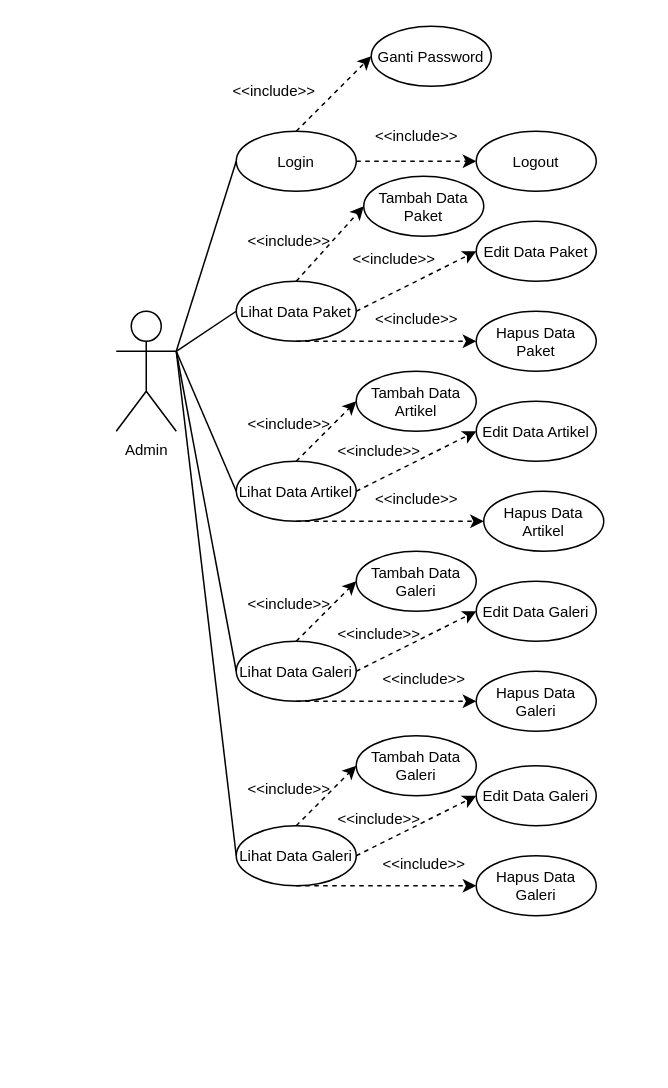
This is page "admin" (2 of 3) of diagram/usecase/Use Case Keseluruhan.drawio from wepro-v/asset, a draw.io file, before an edit. Source tidied: cells renumbered, new cells numbered last; positions are measured from the earlier drawing's top-left corner, leaving out a move shared by most shapes. Both pictures are drawn from the tidied source at 150%, with x=0, y=0 at pixel (116, 26).
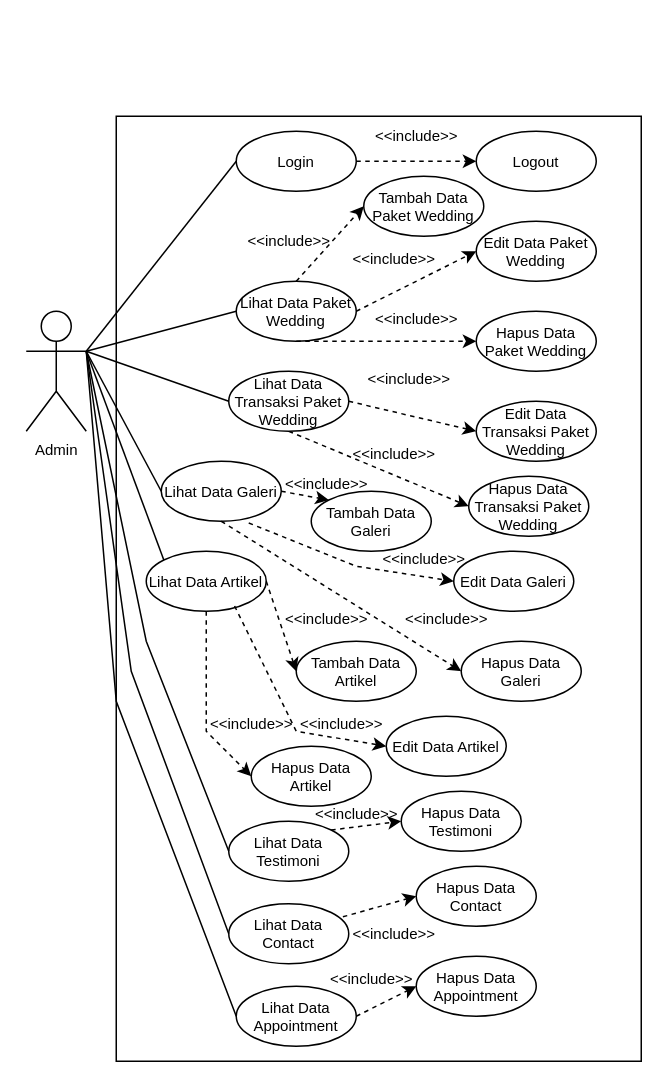
The same page after the edit.

Diff of the diagram source:
```diff
@@
+    <mxCell id="55" style="rounded=0;whiteSpace=wrap;html=1;" parent="1" vertex="1">
+      <mxGeometry y="60" width="350" height="630" as="geometry" />
+    </mxCell>
@@
     <mxCell id="5" value="Admin" style="shape=umlActor;verticalLabelPosition=bottom;verticalAlign=top;html=1;outlineConnect=0;fontSize=10;" parent="1" vertex="1">
-      <mxGeometry y="190" width="40" height="80" as="geometry" />
+      <mxGeometry x="-60" y="190" width="40" height="80" as="geometry" />
     </mxCell>
@@
-    <mxCell id="7" value="Ganti Password" style="ellipse;whiteSpace=wrap;html=1;fontSize=10;" parent="1" vertex="1">
-      <mxGeometry x="170" width="80" height="40" as="geometry" />
-    </mxCell>
-    <mxCell id="8" style="endArrow=classic;html=1;rounded=0;dashed=1;fontSize=10;" parent="1" edge="1">
-      <mxGeometry relative="1" as="geometry">
-        <mxPoint x="120" y="70" as="sourcePoint" />
-        <mxPoint x="170" y="20" as="targetPoint" />
-      </mxGeometry>
-    </mxCell>
-    <mxCell id="9" value="&amp;lt;&amp;lt;include&amp;gt;&amp;gt;" style="text;html=1;align=center;verticalAlign=middle;strokeColor=none;fillColor=none;fontSize=10;" parent="1" vertex="1">
-      <mxGeometry x="65" y="28" width="80" height="30" as="geometry" />
-    </mxCell>
@@
-    <mxCell id="13" value="Lihat Data Paket" style="ellipse;whiteSpace=wrap;html=1;fontSize=10;" parent="1" vertex="1">
+    <mxCell id="13" value="Lihat Data Paket Wedding" style="ellipse;whiteSpace=wrap;html=1;fontSize=10;" parent="1" vertex="1">
       <mxGeometry x="80" y="170" width="80" height="40" as="geometry" />
     </mxCell>
-    <mxCell id="14" value="Tambah Data Paket" style="ellipse;whiteSpace=wrap;html=1;fontSize=10;" parent="1" vertex="1">
+    <mxCell id="14" value="Tambah Data Paket Wedding" style="ellipse;whiteSpace=wrap;html=1;fontSize=10;" parent="1" vertex="1">
       <mxGeometry x="165" y="100" width="80" height="40" as="geometry" />
     </mxCell>
@@
-    <mxCell id="17" value="Edit Data Paket" style="ellipse;whiteSpace=wrap;html=1;fontSize=10;" parent="1" vertex="1">
+    <mxCell id="17" value="Edit Data Paket Wedding" style="ellipse;whiteSpace=wrap;html=1;fontSize=10;" parent="1" vertex="1">
       <mxGeometry x="240" y="130" width="80" height="40" as="geometry" />
     </mxCell>
@@
-    <mxCell id="20" value="Hapus Data Paket" style="ellipse;whiteSpace=wrap;html=1;fontSize=10;" parent="1" vertex="1">
+    <mxCell id="20" value="Hapus Data Paket Wedding" style="ellipse;whiteSpace=wrap;html=1;fontSize=10;" parent="1" vertex="1">
       <mxGeometry x="240" y="190" width="80" height="40" as="geometry" />
     </mxCell>
@@
-    <mxCell id="23" value="Tambah Data Artikel" style="ellipse;whiteSpace=wrap;html=1;fontSize=10;" parent="1" vertex="1">
-      <mxGeometry x="160" y="230" width="80" height="40" as="geometry" />
+    <mxCell id="23" value="Tambah Data Galeri" style="ellipse;whiteSpace=wrap;html=1;fontSize=10;" parent="1" vertex="1">
+      <mxGeometry x="130" y="310" width="80" height="40" as="geometry" />
     </mxCell>
-    <mxCell id="24" value="Edit Data Artikel" style="ellipse;whiteSpace=wrap;html=1;fontSize=10;" parent="1" vertex="1">
-      <mxGeometry x="240" y="250" width="80" height="40" as="geometry" />
+    <mxCell id="24" value="Edit Data Galeri" style="ellipse;whiteSpace=wrap;html=1;fontSize=10;" parent="1" vertex="1">
+      <mxGeometry x="225" y="350" width="80" height="40" as="geometry" />
     </mxCell>
-    <mxCell id="25" value="Hapus Data Artikel" style="ellipse;whiteSpace=wrap;html=1;fontSize=10;" parent="1" vertex="1">
-      <mxGeometry x="245" y="310" width="80" height="40" as="geometry" />
+    <mxCell id="25" value="Hapus Data Galeri" style="ellipse;whiteSpace=wrap;html=1;fontSize=10;" parent="1" vertex="1">
+      <mxGeometry x="230" y="410" width="80" height="40" as="geometry" />
     </mxCell>
     <mxCell id="26" value="&amp;lt;&amp;lt;include&amp;gt;&amp;gt;" style="text;html=1;align=center;verticalAlign=middle;strokeColor=none;fillColor=none;fontSize=10;" parent="1" vertex="1">
-      <mxGeometry x="160" y="300" width="80" height="30" as="geometry" />
+      <mxGeometry x="180" y="380" width="80" height="30" as="geometry" />
     </mxCell>
     <mxCell id="27" value="&amp;lt;&amp;lt;include&amp;gt;&amp;gt;" style="text;html=1;align=center;verticalAlign=middle;strokeColor=none;fillColor=none;fontSize=10;" parent="1" vertex="1">
-      <mxGeometry x="135" y="268" width="80" height="30" as="geometry" />
+      <mxGeometry x="100" y="290" width="80" height="30" as="geometry" />
     </mxCell>
     <mxCell id="28" value="&amp;lt;&amp;lt;include&amp;gt;&amp;gt;" style="text;html=1;align=center;verticalAlign=middle;strokeColor=none;fillColor=none;fontSize=10;" parent="1" vertex="1">
-      <mxGeometry x="75" y="250" width="80" height="30" as="geometry" />
+      <mxGeometry x="165" y="340" width="80" height="30" as="geometry" />
     </mxCell>
-    <mxCell id="29" value="Lihat Data Artikel" style="ellipse;whiteSpace=wrap;html=1;fontSize=10;" parent="1" vertex="1">
-      <mxGeometry x="80" y="290" width="80" height="40" as="geometry" />
+    <mxCell id="29" value="Lihat Data Galeri" style="ellipse;whiteSpace=wrap;html=1;fontSize=10;" parent="1" vertex="1">
+      <mxGeometry x="30" y="290" width="80" height="40" as="geometry" />
     </mxCell>
-    <mxCell id="30" style="endArrow=classic;html=1;rounded=0;dashed=1;exitX=0.5;exitY=0;exitDx=0;exitDy=0;fontSize=10;" parent="1" edge="1" source="29">
-      <mxGeometry relative="1" as="geometry">
-        <mxPoint x="160" y="250" as="targetPoint" />
-      </mxGeometry>
+    <mxCell id="30" style="endArrow=classic;html=1;rounded=0;dashed=1;exitX=1;exitY=0.5;exitDx=0;exitDy=0;fontSize=10;entryX=0;entryY=0;entryDx=0;entryDy=0;" parent="1" edge="1" source="29" target="23">
+      <mxGeometry relative="1" as="geometry" />
     </mxCell>
-    <mxCell id="31" style="endArrow=classic;html=1;rounded=0;exitX=1;exitY=0.5;exitDx=0;exitDy=0;entryX=0;entryY=0.5;entryDx=0;entryDy=0;dashed=1;fontSize=10;" parent="1" edge="1" source="29" target="24">
-      <mxGeometry relative="1" as="geometry" />
+    <mxCell id="31" style="endArrow=classic;html=1;rounded=0;exitX=0.729;exitY=1.029;exitDx=0;exitDy=0;entryX=0;entryY=0.5;entryDx=0;entryDy=0;dashed=1;fontSize=10;exitPerimeter=0;" parent="1" edge="1" source="29" target="24">
+      <mxGeometry relative="1" as="geometry">
+        <Array as="points">
+          <mxPoint x="160" y="360" />
+        </Array>
+      </mxGeometry>
     </mxCell>
@@
-    <mxCell id="33" value="Lihat Data Galeri" style="ellipse;whiteSpace=wrap;html=1;fontSize=10;" parent="1" vertex="1">
-      <mxGeometry x="80" y="410" width="80" height="40" as="geometry" />
+    <mxCell id="33" value="Lihat Data Artikel" style="ellipse;whiteSpace=wrap;html=1;fontSize=10;" parent="1" vertex="1">
+      <mxGeometry x="20" y="350" width="80" height="40" as="geometry" />
     </mxCell>
-    <mxCell id="34" value="Tambah Data Galeri" style="ellipse;whiteSpace=wrap;html=1;fontSize=10;" parent="1" vertex="1">
-      <mxGeometry x="160" y="350" width="80" height="40" as="geometry" />
+    <mxCell id="34" value="Tambah Data Artikel" style="ellipse;whiteSpace=wrap;html=1;fontSize=10;" parent="1" vertex="1">
+      <mxGeometry x="120" y="410" width="80" height="40" as="geometry" />
     </mxCell>
-    <mxCell id="35" style="endArrow=classic;html=1;rounded=0;dashed=1;entryX=0;entryY=0.5;entryDx=0;entryDy=0;fontSize=10;" parent="1" edge="1" target="34">
-      <mxGeometry relative="1" as="geometry">
-        <mxPoint x="120" y="410" as="sourcePoint" />
-      </mxGeometry>
+    <mxCell id="35" style="endArrow=classic;html=1;rounded=0;dashed=1;entryX=0;entryY=0.5;entryDx=0;entryDy=0;fontSize=10;exitX=1;exitY=0.5;exitDx=0;exitDy=0;" parent="1" edge="1" source="33" target="34">
+      <mxGeometry relative="1" as="geometry" />
     </mxCell>
     <mxCell id="36" value="&amp;lt;&amp;lt;include&amp;gt;&amp;gt;" style="text;html=1;align=center;verticalAlign=middle;strokeColor=none;fillColor=none;fontSize=10;" parent="1" vertex="1">
-      <mxGeometry x="75" y="370" width="80" height="30" as="geometry" />
+      <mxGeometry x="100" y="380" width="80" height="30" as="geometry" />
     </mxCell>
-    <mxCell id="37" value="Edit Data Galeri" style="ellipse;whiteSpace=wrap;html=1;fontSize=10;" parent="1" vertex="1">
-      <mxGeometry x="240" y="370" width="80" height="40" as="geometry" />
+    <mxCell id="37" value="Edit Data Artikel" style="ellipse;whiteSpace=wrap;html=1;fontSize=10;" parent="1" vertex="1">
+      <mxGeometry x="180" y="460" width="80" height="40" as="geometry" />
     </mxCell>
-    <mxCell id="38" style="endArrow=classic;html=1;rounded=0;dashed=1;fontSize=10;" parent="1" edge="1">
+    <mxCell id="38" style="endArrow=classic;html=1;rounded=0;dashed=1;fontSize=10;exitX=0.736;exitY=0.912;exitDx=0;exitDy=0;exitPerimeter=0;entryX=0;entryY=0.5;entryDx=0;entryDy=0;" parent="1" edge="1" source="33" target="37">
       <mxGeometry relative="1" as="geometry">
-        <mxPoint x="160" y="430" as="sourcePoint" />
-        <mxPoint x="240" y="390" as="targetPoint" />
+        <Array as="points">
+          <mxPoint x="120" y="470" />
+        </Array>
       </mxGeometry>
     </mxCell>
     <mxCell id="39" value="&amp;lt;&amp;lt;include&amp;gt;&amp;gt;" style="text;html=1;align=center;verticalAlign=middle;strokeColor=none;fillColor=none;fontSize=10;" parent="1" vertex="1">
-      <mxGeometry x="135" y="390" width="80" height="30" as="geometry" />
+      <mxGeometry x="50" y="450" width="80" height="30" as="geometry" />
     </mxCell>
-    <mxCell id="40" value="Hapus Data Galeri" style="ellipse;whiteSpace=wrap;html=1;fontSize=10;" parent="1" vertex="1">
-      <mxGeometry x="240" y="430" width="80" height="40" as="geometry" />
+    <mxCell id="40" value="Hapus Data Artikel" style="ellipse;whiteSpace=wrap;html=1;fontSize=10;" parent="1" vertex="1">
+      <mxGeometry x="90" y="480" width="80" height="40" as="geometry" />
     </mxCell>
     <mxCell id="41" value="&amp;lt;&amp;lt;include&amp;gt;&amp;gt;" style="text;html=1;align=center;verticalAlign=middle;strokeColor=none;fillColor=none;fontSize=10;" parent="1" vertex="1">
-      <mxGeometry x="165" y="420" width="80" height="30" as="geometry" />
+      <mxGeometry x="110" y="450" width="80" height="30" as="geometry" />
     </mxCell>
     <mxCell id="42" style="endArrow=classic;html=1;rounded=0;exitX=0.5;exitY=1;exitDx=0;exitDy=0;entryX=0;entryY=0.5;entryDx=0;entryDy=0;dashed=1;fontSize=10;" parent="1" edge="1" source="33" target="40">
-      <mxGeometry relative="1" as="geometry" />
+      <mxGeometry relative="1" as="geometry">
+        <Array as="points">
+          <mxPoint x="60" y="470" />
+        </Array>
+      </mxGeometry>
     </mxCell>
-    <mxCell id="43" style="rounded=0;jettySize=auto;html=1;exitX=1;exitY=0.3333333333333333;exitDx=0;exitDy=0;exitPerimeter=0;entryX=0;entryY=0.5;entryDx=0;entryDy=0;endArrow=none;endFill=0;fontSize=10;" parent="1" edge="1" source="5" target="33">
+    <mxCell id="43" style="rounded=0;jettySize=auto;html=1;exitX=1;exitY=0.3333333333333333;exitDx=0;exitDy=0;exitPerimeter=0;entryX=0;entryY=0;entryDx=0;entryDy=0;endArrow=none;endFill=0;fontSize=10;" parent="1" edge="1" source="5" target="33">
       <mxGeometry relative="1" as="geometry" />
     </mxCell>
-    <mxCell id="44" value="Lihat Data Galeri" style="ellipse;whiteSpace=wrap;html=1;fontSize=10;" parent="1" vertex="1">
-      <mxGeometry x="80" y="533" width="80" height="40" as="geometry" />
+    <mxCell id="44" value="Lihat Data Testimoni" style="ellipse;whiteSpace=wrap;html=1;fontSize=10;" parent="1" vertex="1">
+      <mxGeometry x="75" y="530" width="80" height="40" as="geometry" />
     </mxCell>
-    <mxCell id="45" value="Tambah Data Galeri" style="ellipse;whiteSpace=wrap;html=1;fontSize=10;" parent="1" vertex="1">
-      <mxGeometry x="160" y="473" width="80" height="40" as="geometry" />
+    <mxCell id="45" value="Hapus Data Testimoni" style="ellipse;whiteSpace=wrap;html=1;fontSize=10;" parent="1" vertex="1">
+      <mxGeometry x="190" y="510" width="80" height="40" as="geometry" />
     </mxCell>
-    <mxCell id="46" style="endArrow=classic;html=1;rounded=0;dashed=1;entryX=0;entryY=0.5;entryDx=0;entryDy=0;fontSize=10;" parent="1" edge="1" target="45">
-      <mxGeometry relative="1" as="geometry">
-        <mxPoint x="120" y="533" as="sourcePoint" />
-      </mxGeometry>
+    <mxCell id="46" style="endArrow=classic;html=1;rounded=0;dashed=1;entryX=0;entryY=0.5;entryDx=0;entryDy=0;fontSize=10;exitX=1;exitY=0;exitDx=0;exitDy=0;" parent="1" edge="1" source="44" target="45">
+      <mxGeometry relative="1" as="geometry" />
     </mxCell>
     <mxCell id="47" value="&amp;lt;&amp;lt;include&amp;gt;&amp;gt;" style="text;html=1;align=center;verticalAlign=middle;strokeColor=none;fillColor=none;fontSize=10;" parent="1" vertex="1">
-      <mxGeometry x="75" y="493" width="80" height="30" as="geometry" />
+      <mxGeometry x="120" y="510" width="80" height="30" as="geometry" />
     </mxCell>
-    <mxCell id="48" value="Edit Data Galeri" style="ellipse;whiteSpace=wrap;html=1;fontSize=10;" parent="1" vertex="1">
-      <mxGeometry x="240" y="493" width="80" height="40" as="geometry" />
+    <mxCell id="48" value="Hapus Data Contact" style="ellipse;whiteSpace=wrap;html=1;fontSize=10;" parent="1" vertex="1">
+      <mxGeometry x="200" y="560" width="80" height="40" as="geometry" />
     </mxCell>
-    <mxCell id="49" style="endArrow=classic;html=1;rounded=0;dashed=1;fontSize=10;" parent="1" edge="1">
-      <mxGeometry relative="1" as="geometry">
-        <mxPoint x="160" y="553" as="sourcePoint" />
-        <mxPoint x="240" y="513" as="targetPoint" />
-      </mxGeometry>
+    <mxCell id="49" style="endArrow=classic;html=1;rounded=0;dashed=1;fontSize=10;exitX=0.004;exitY=0.178;exitDx=0;exitDy=0;exitPerimeter=0;entryX=0;entryY=0.5;entryDx=0;entryDy=0;" parent="1" edge="1" source="50" target="48">
+      <mxGeometry relative="1" as="geometry" />
     </mxCell>
     <mxCell id="50" value="&amp;lt;&amp;lt;include&amp;gt;&amp;gt;" style="text;html=1;align=center;verticalAlign=middle;points=[];strokeColor=none;fillColor=none;fontSize=10;" parent="1" vertex="1">
-      <mxGeometry x="135" y="513" width="80" height="30" as="geometry" />
+      <mxGeometry x="145" y="590" width="80" height="30" as="geometry" />
     </mxCell>
-    <mxCell id="51" value="Hapus Data Galeri" style="ellipse;whiteSpace=wrap;html=1;fontSize=10;" parent="1" vertex="1">
-      <mxGeometry x="240" y="553" width="80" height="40" as="geometry" />
+    <mxCell id="51" value="Hapus Data Appointment" style="ellipse;whiteSpace=wrap;html=1;fontSize=10;" parent="1" vertex="1">
+      <mxGeometry x="200" y="620" width="80" height="40" as="geometry" />
     </mxCell>
     <mxCell id="52" value="&amp;lt;&amp;lt;include&amp;gt;&amp;gt;" style="text;html=1;align=center;verticalAlign=middle;strokeColor=none;fillColor=none;fontSize=10;" parent="1" vertex="1">
-      <mxGeometry x="165" y="543" width="80" height="30" as="geometry" />
+      <mxGeometry x="130" y="620" width="80" height="30" as="geometry" />
     </mxCell>
-    <mxCell id="53" style="endArrow=classic;html=1;rounded=0;exitX=0.5;exitY=1;exitDx=0;exitDy=0;entryX=0;entryY=0.5;entryDx=0;entryDy=0;dashed=1;fontSize=10;" parent="1" edge="1" source="44" target="51">
+    <mxCell id="53" style="endArrow=classic;html=1;rounded=0;exitX=1;exitY=0.5;exitDx=0;exitDy=0;entryX=0;entryY=0.5;entryDx=0;entryDy=0;dashed=1;fontSize=10;" parent="1" edge="1" source="65" target="51">
       <mxGeometry relative="1" as="geometry" />
     </mxCell>
     <mxCell id="54" style="rounded=0;jettySize=auto;html=1;exitX=1;exitY=0.3333333333333333;exitDx=0;exitDy=0;exitPerimeter=0;entryX=0;entryY=0.5;entryDx=0;entryDy=0;endArrow=none;endFill=0;fontSize=10;" parent="1" edge="1" source="5" target="44">
-      <mxGeometry relative="1" as="geometry" />
+      <mxGeometry relative="1" as="geometry">
+        <Array as="points">
+          <mxPoint x="20" y="410" />
+        </Array>
+      </mxGeometry>
     </mxCell>
+    <mxCell id="56" value="Edit Data Transaksi Paket Wedding" style="ellipse;whiteSpace=wrap;html=1;fontSize=10;" parent="1" vertex="1">
+      <mxGeometry x="240" y="250" width="80" height="40" as="geometry" />
+    </mxCell>
+    <mxCell id="57" style="endArrow=classic;html=1;rounded=0;dashed=1;entryX=0;entryY=0.5;entryDx=0;entryDy=0;fontSize=10;exitX=1;exitY=0.5;exitDx=0;exitDy=0;" parent="1" edge="1" source="63" target="56">
+      <mxGeometry relative="1" as="geometry" />
+    </mxCell>
+    <mxCell id="58" value="&amp;lt;&amp;lt;include&amp;gt;&amp;gt;" style="text;html=1;align=center;verticalAlign=middle;strokeColor=none;fillColor=none;fontSize=10;" parent="1" vertex="1">
+      <mxGeometry x="155" y="220" width="80" height="30" as="geometry" />
+    </mxCell>
+    <mxCell id="59" value="Hapus Data Transaksi Paket Wedding" style="ellipse;whiteSpace=wrap;html=1;fontSize=10;" parent="1" vertex="1">
+      <mxGeometry x="235" y="300" width="80" height="40" as="geometry" />
+    </mxCell>
+    <mxCell id="60" style="endArrow=classic;html=1;rounded=0;dashed=1;entryX=0;entryY=0.5;entryDx=0;entryDy=0;exitX=0.5;exitY=1;exitDx=0;exitDy=0;fontSize=10;" parent="1" edge="1" source="63" target="59">
+      <mxGeometry relative="1" as="geometry" />
+    </mxCell>
+    <mxCell id="61" value="&amp;lt;&amp;lt;include&amp;gt;&amp;gt;" style="text;html=1;align=center;verticalAlign=middle;strokeColor=none;fillColor=none;fontSize=10;" parent="1" vertex="1">
+      <mxGeometry x="145" y="270" width="80" height="30" as="geometry" />
+    </mxCell>
+    <mxCell id="62" style="rounded=0;jettySize=auto;html=1;exitX=1;exitY=0.3333333333333333;exitDx=0;exitDy=0;exitPerimeter=0;entryX=0;entryY=0.5;entryDx=0;entryDy=0;endArrow=none;endFill=0;fontSize=10;" parent="1" edge="1" source="5" target="63">
+      <mxGeometry relative="1" as="geometry" />
+    </mxCell>
+    <mxCell id="63" value="Lihat Data Transaksi Paket Wedding" style="ellipse;whiteSpace=wrap;html=1;fontSize=10;" parent="1" vertex="1">
+      <mxGeometry x="75" y="230" width="80" height="40" as="geometry" />
+    </mxCell>
+    <mxCell id="64" value="Lihat Data Contact" style="ellipse;whiteSpace=wrap;html=1;fontSize=10;" parent="1" vertex="1">
+      <mxGeometry x="75" y="585" width="80" height="40" as="geometry" />
+    </mxCell>
+    <mxCell id="65" value="Lihat Data Appointment" style="ellipse;whiteSpace=wrap;html=1;fontSize=10;" parent="1" vertex="1">
+      <mxGeometry x="80" y="640" width="80" height="40" as="geometry" />
+    </mxCell>
+    <mxCell id="66" style="rounded=0;jettySize=auto;html=1;exitX=1;exitY=0.3333333333333333;exitDx=0;exitDy=0;exitPerimeter=0;entryX=0;entryY=0.5;entryDx=0;entryDy=0;endArrow=none;endFill=0;fontSize=10;" parent="1" edge="1" source="5" target="64">
+      <mxGeometry relative="1" as="geometry">
+        <Array as="points">
+          <mxPoint x="10" y="430" />
+        </Array>
+      </mxGeometry>
+    </mxCell>
+    <mxCell id="67" style="rounded=0;jettySize=auto;html=1;entryX=0;entryY=0.5;entryDx=0;entryDy=0;endArrow=none;endFill=0;fontSize=10;exitX=1;exitY=0.3333333333333333;exitDx=0;exitDy=0;exitPerimeter=0;" parent="1" edge="1" source="5" target="65">
+      <mxGeometry relative="1" as="geometry">
+        <Array as="points">
+          <mxPoint y="450" />
+        </Array>
+      </mxGeometry>
+    </mxCell>
```
